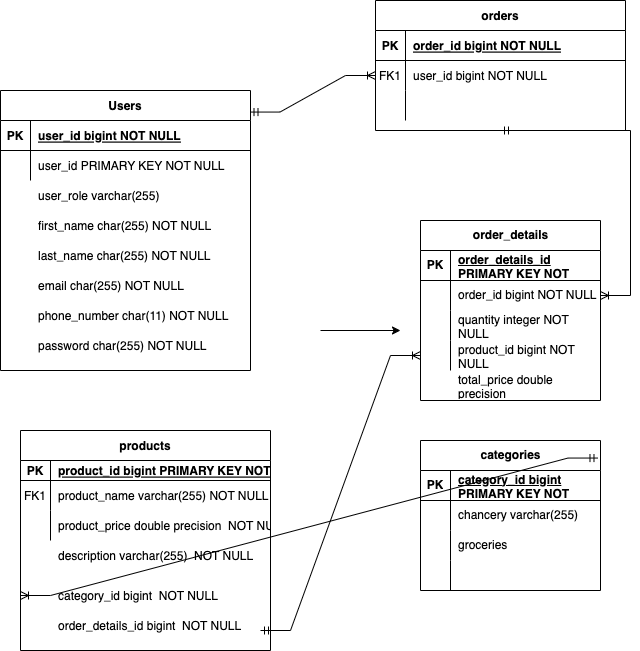
Above: tableForShopProject.drawio.png in kitarooo/neobis_ (draw.io), before the change. Source tidied: cells renumbered, new cells last; positions are measured from the earlier drawing's top-left corner, leaving out a move shared by most shapes.
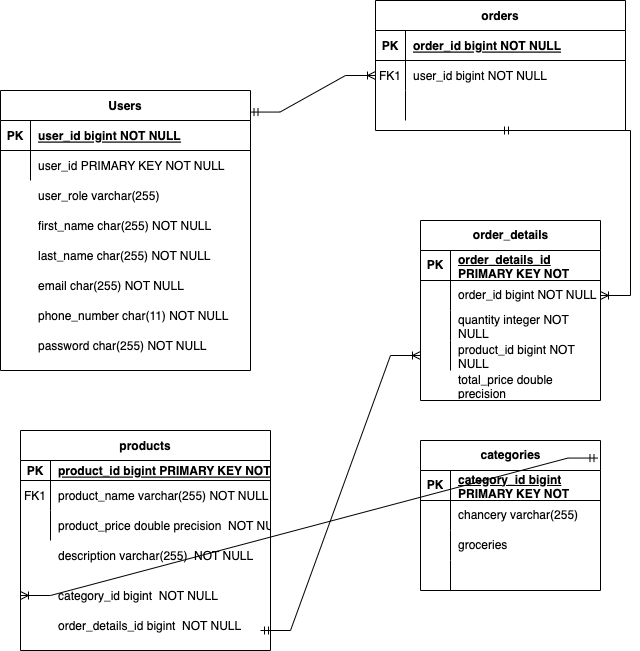
Later version of the same file.

What changed in the source:
```diff
@@ -215,11 +215,5 @@
         <mxPoint x="260" y="630" as="sourcePoint" />
       </mxGeometry>
     </mxCell>
-    <mxCell id="69" style="edgeStyle=none;orthogonalLoop=1;jettySize=auto;html=1;rounded=0;" parent="1" edge="1">
-      <mxGeometry relative="1" as="geometry">
-        <mxPoint x="320" y="330" as="sourcePoint" />
-        <mxPoint x="400" y="330" as="targetPoint" />
-      </mxGeometry>
-    </mxCell>
   </root>
 </mxGraphModel>
```
